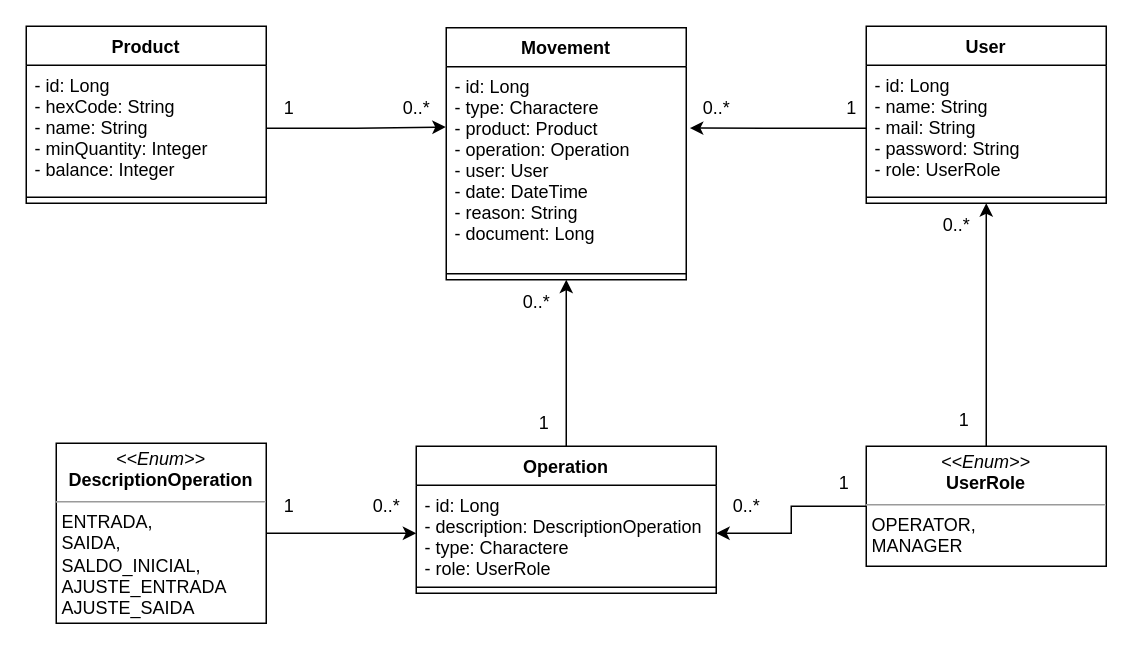
The draw.io diagram varejonline/product.drawio in augustocesarsousa/draw-io, before the edit. Source tidied: cells renumbered, new cells numbered last; positions are measured from the earlier drawing's top-left corner, leaving out a move shared by most shapes. Both pictures are drawn from the tidied source at 150%, with x=0, y=0 at pixel (26, 26).
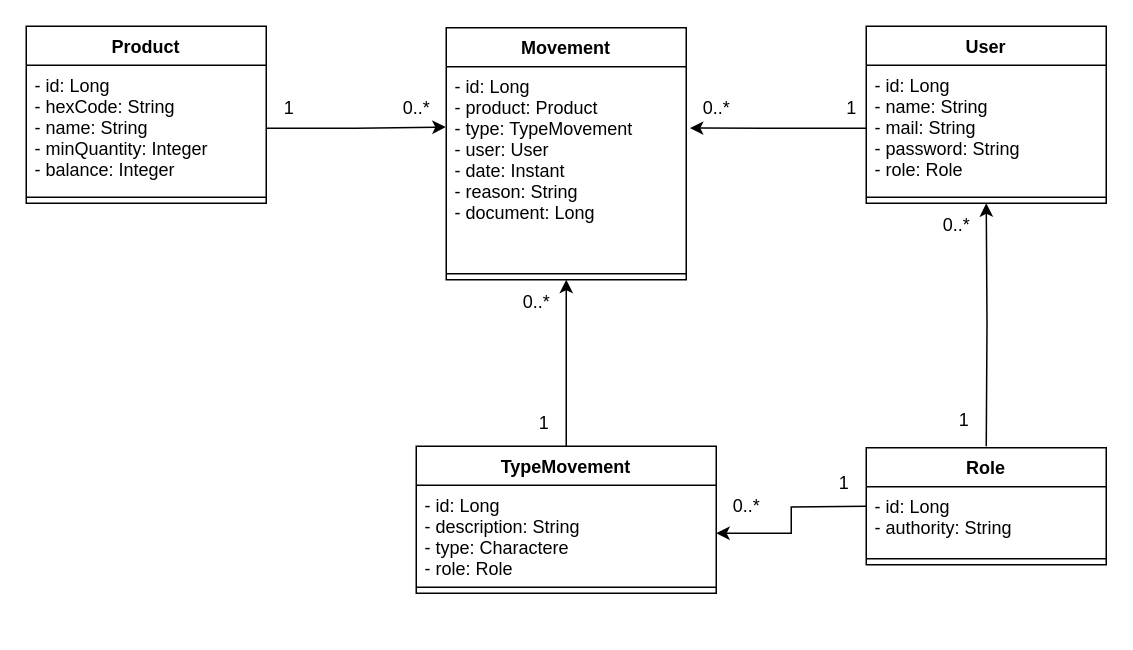
Above is the later version.

Unchanged cells that the change refers to:
```xml
<mxCell id="5" value="User" style="swimlane;fontStyle=1;align=center;verticalAlign=top;horizontal=1;startSize=26;" parent="1" vertex="1">
  <mxGeometry x="560" width="160" height="118" as="geometry" />
</mxCell>
<mxCell id="13" value="Movement" style="swimlane;fontStyle=1;align=center;verticalAlign=top;horizontal=1;startSize=26;" parent="1" vertex="1">
  <mxGeometry x="280" y="1" width="160" height="168" as="geometry" />
</mxCell>
```

Diff of the diagram source:
```diff
@@
-    <mxCell id="6" value="- id: Long&#10;- name: String&#10;- mail: String&#10;- password: String&#10;- role: UserRole" style="text;strokeColor=none;fillColor=none;align=left;verticalAlign=top;spacingLeft=4;spacingRight=4;overflow=hidden;points=[[0,0.5],[1,0.5]];portConstraint=eastwest;" parent="5" vertex="1">
+    <mxCell id="6" value="- id: Long&#10;- name: String&#10;- mail: String&#10;- password: String&#10;- role: Role" style="text;strokeColor=none;fillColor=none;align=left;verticalAlign=top;spacingLeft=4;spacingRight=4;overflow=hidden;points=[[0,0.5],[1,0.5]];portConstraint=eastwest;" parent="5" vertex="1">
       <mxGeometry y="26" width="160" height="84" as="geometry" />
     </mxCell>
@@
-    <mxCell id="8" style="edgeStyle=orthogonalEdgeStyle;rounded=0;jettySize=auto;html=1;entryX=0.5;entryY=1;entryDx=0;entryDy=0;" parent="1" edge="1" source="10" target="5">
-      <mxGeometry relative="1" as="geometry" />
+    <mxCell id="8" style="edgeStyle=orthogonalEdgeStyle;rounded=0;jettySize=auto;html=1;entryX=0.5;entryY=1;entryDx=0;entryDy=0;" parent="1" edge="1" target="5">
+      <mxGeometry relative="1" as="geometry">
+        <mxPoint x="640" y="280" as="sourcePoint" />
+      </mxGeometry>
     </mxCell>
-    <mxCell id="9" style="edgeStyle=orthogonalEdgeStyle;rounded=0;jettySize=auto;html=1;entryX=1;entryY=0.5;entryDx=0;entryDy=0;" parent="1" edge="1" source="10" target="26">
-      <mxGeometry relative="1" as="geometry" />
+    <mxCell id="9" style="edgeStyle=orthogonalEdgeStyle;rounded=0;jettySize=auto;html=1;entryX=1;entryY=0.5;entryDx=0;entryDy=0;" parent="1" edge="1" target="26">
+      <mxGeometry relative="1" as="geometry">
+        <mxPoint x="560" y="320" as="sourcePoint" />
+      </mxGeometry>
     </mxCell>
-    <mxCell id="10" value="&lt;p style=&quot;margin:0px;margin-top:4px;text-align:center;&quot;&gt;&lt;i&gt;&amp;lt;&amp;lt;Enum&amp;gt;&amp;gt;&lt;/i&gt;&lt;br&gt;&lt;b&gt;UserRole&lt;/b&gt;&lt;/p&gt;&lt;hr size=&quot;1&quot;&gt;&lt;p style=&quot;margin:0px;margin-left:4px;&quot;&gt;OPERATOR,&lt;/p&gt;&lt;p style=&quot;margin:0px;margin-left:4px;&quot;&gt;MANAGER&lt;/p&gt;&lt;p style=&quot;margin:0px;margin-left:4px;&quot;&gt;&lt;br&gt;&lt;/p&gt;" style="verticalAlign=top;align=left;overflow=fill;fontSize=12;fontFamily=Helvetica;html=1;" parent="1" vertex="1">
-      <mxGeometry x="560" y="280" width="160" height="80" as="geometry" />
-    </mxCell>
-    <mxCell id="11" style="edgeStyle=orthogonalEdgeStyle;rounded=0;jettySize=auto;html=1;entryX=0;entryY=0.5;entryDx=0;entryDy=0;" parent="1" edge="1" source="12" target="26">
-      <mxGeometry relative="1" as="geometry" />
-    </mxCell>
-    <mxCell id="12" value="&lt;p style=&quot;margin:0px;margin-top:4px;text-align:center;&quot;&gt;&lt;i&gt;&amp;lt;&amp;lt;Enum&amp;gt;&amp;gt;&lt;/i&gt;&lt;br&gt;&lt;b&gt;DescriptionOperation&lt;/b&gt;&lt;/p&gt;&lt;hr size=&quot;1&quot;&gt;&lt;p style=&quot;margin:0px;margin-left:4px;&quot;&gt;&lt;/p&gt;&lt;p style=&quot;border-color: var(--border-color); margin: 0px 0px 0px 4px;&quot;&gt;ENTRADA,&lt;/p&gt;&lt;p style=&quot;border-color: var(--border-color); margin: 0px 0px 0px 4px;&quot;&gt;SAIDA,&lt;/p&gt;&lt;p style=&quot;border-color: var(--border-color); margin: 0px 0px 0px 4px;&quot;&gt;SALDO_INICIAL,&lt;/p&gt;&lt;p style=&quot;border-color: var(--border-color); margin: 0px 0px 0px 4px;&quot;&gt;AJUSTE_ENTRADA&lt;/p&gt;&lt;p style=&quot;border-color: var(--border-color); margin: 0px 0px 0px 4px;&quot;&gt;AJUSTE_SAIDA&lt;/p&gt;" style="verticalAlign=top;align=left;overflow=fill;fontSize=12;fontFamily=Helvetica;html=1;" parent="1" vertex="1">
-      <mxGeometry x="20" y="278" width="140" height="120" as="geometry" />
-    </mxCell>
@@
-    <mxCell id="14" value="- id: Long&#10;- type: Charactere&#10;- product: Product&#10;- operation: Operation&#10;- user: User&#10;- date: DateTime&#10;- reason: String&#10;- document: Long" style="text;strokeColor=none;fillColor=none;align=left;verticalAlign=top;spacingLeft=4;spacingRight=4;overflow=hidden;points=[[0,0.5],[1,0.5]];portConstraint=eastwest;" parent="13" vertex="1">
+    <mxCell id="14" value="- id: Long&#10;- product: Product&#10;- type: TypeMovement&#10;- user: User&#10;- date: Instant&#10;- reason: String&#10;- document: Long" style="text;strokeColor=none;fillColor=none;align=left;verticalAlign=top;spacingLeft=4;spacingRight=4;overflow=hidden;points=[[0,0.5],[1,0.5]];portConstraint=eastwest;" parent="13" vertex="1">
       <mxGeometry y="26" width="160" height="134" as="geometry" />
     </mxCell>
@@
-    <mxCell id="25" value="Operation" style="swimlane;fontStyle=1;align=center;verticalAlign=top;horizontal=1;startSize=26;" parent="1" vertex="1">
+    <mxCell id="25" value="TypeMovement" style="swimlane;fontStyle=1;align=center;verticalAlign=top;horizontal=1;startSize=26;" parent="1" vertex="1">
       <mxGeometry x="260" y="280" width="200" height="98" as="geometry" />
     </mxCell>
-    <mxCell id="26" value="- id: Long&#10;- description: DescriptionOperation&#10;- type: Charactere&#10;- role: UserRole" style="text;strokeColor=none;fillColor=none;align=left;verticalAlign=top;spacingLeft=4;spacingRight=4;overflow=hidden;points=[[0,0.5],[1,0.5]];portConstraint=eastwest;" parent="25" vertex="1">
+    <mxCell id="26" value="- id: Long&#10;- description: String&#10;- type: Charactere&#10;- role: Role" style="text;strokeColor=none;fillColor=none;align=left;verticalAlign=top;spacingLeft=4;spacingRight=4;overflow=hidden;points=[[0,0.5],[1,0.5]];portConstraint=eastwest;" parent="25" vertex="1">
       <mxGeometry y="26" width="200" height="64" as="geometry" />
     </mxCell>
@@
-    <mxCell id="30" value="1" style="text;html=1;align=center;verticalAlign=middle;strokeColor=none;fillColor=none;" parent="1" vertex="1">
-      <mxGeometry x="160" y="305" width="30" height="30" as="geometry" />
-    </mxCell>
-    <mxCell id="31" value="0..*" style="text;html=1;align=center;verticalAlign=middle;strokeColor=none;fillColor=none;" parent="1" vertex="1">
-      <mxGeometry x="220" y="305" width="40" height="30" as="geometry" />
-    </mxCell>
@@
+    <mxCell id="34" value="Role" style="swimlane;fontStyle=1;align=center;verticalAlign=top;horizontal=1;startSize=26;" parent="1" vertex="1">
+      <mxGeometry x="560" y="281" width="160" height="78" as="geometry" />
+    </mxCell>
+    <mxCell id="35" value="- id: Long&#10;- authority: String" style="text;strokeColor=none;fillColor=none;align=left;verticalAlign=top;spacingLeft=4;spacingRight=4;overflow=hidden;" parent="34" vertex="1">
+      <mxGeometry y="26" width="160" height="44" as="geometry" />
+    </mxCell>
+    <mxCell id="36" style="line;strokeWidth=1;fillColor=none;align=left;verticalAlign=middle;spacingTop=-1;spacingLeft=3;spacingRight=3;labelPosition=right;strokeColor=inherit;" parent="34" vertex="1">
+      <mxGeometry y="70" width="160" height="8" as="geometry" />
+    </mxCell>
```
